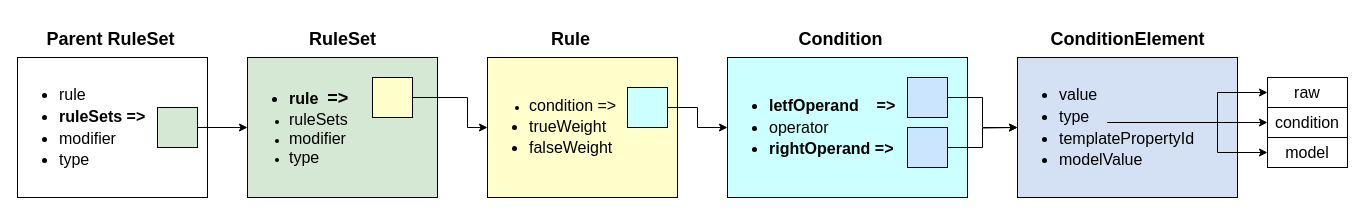
ajimenezn/UML keeps this draw.io diagram as GeohazardRules.drawio. Above is the earlier version. Source tidied: cells renumbered, new cells numbered last; positions are measured from the earlier drawing's top-left corner, leaving out a move shared by most shapes. Both pictures are drawn from the tidied source at 100%, with x=0, y=0 at pixel (17, 17).
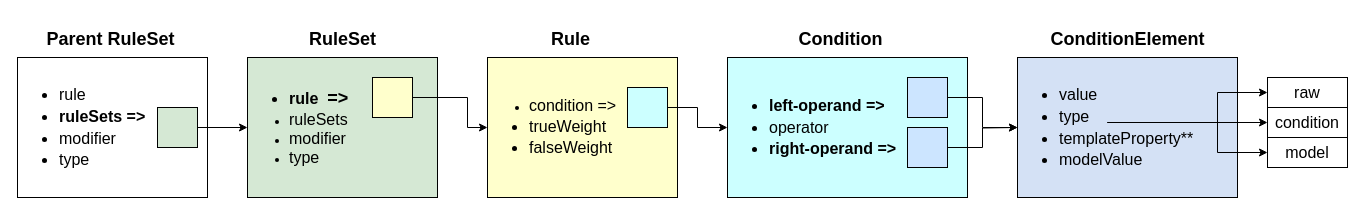
The same diagram, later.

What changed in the source:
```diff
@@
-    <mxCell id="14" value="&lt;ul&gt;&lt;li&gt;&lt;b&gt;&lt;font size=&quot;3&quot;&gt;letfOperand&amp;nbsp; &amp;nbsp; =&amp;gt;&amp;nbsp;&lt;/font&gt;&lt;br&gt;&lt;/b&gt;&lt;/li&gt;&lt;li&gt;&lt;font size=&quot;3&quot;&gt;operator&lt;/font&gt;&lt;br&gt;&lt;/li&gt;&lt;li&gt;&lt;font size=&quot;3&quot;&gt;&lt;b&gt;rightOperand =&amp;gt;&lt;/b&gt;&lt;/font&gt;&lt;br&gt;&lt;/li&gt;&lt;/ul&gt;" style="rounded=0;whiteSpace=wrap;html=1;fontSize=18;align=left;fillColor=#CCFFFF;" parent="1" vertex="1">
+    <mxCell id="14" value="&lt;ul&gt;&lt;li&gt;&lt;b&gt;&lt;font size=&quot;3&quot;&gt;left-operand =&amp;gt;&amp;nbsp;&lt;/font&gt;&lt;br&gt;&lt;/b&gt;&lt;/li&gt;&lt;li&gt;&lt;font size=&quot;3&quot;&gt;operator&lt;/font&gt;&lt;br&gt;&lt;/li&gt;&lt;li&gt;&lt;font size=&quot;3&quot;&gt;&lt;b&gt;right-operand =&amp;gt;&lt;/b&gt;&lt;/font&gt;&lt;br&gt;&lt;/li&gt;&lt;/ul&gt;" style="rounded=0;whiteSpace=wrap;html=1;fontSize=18;align=left;fillColor=#CCFFFF;" parent="1" vertex="1">
       <mxGeometry x="710" y="40" width="240" height="140" as="geometry" />
     </mxCell>
@@
-    <mxCell id="20" value="&lt;ul&gt;&lt;li&gt;&lt;font size=&quot;3&quot;&gt;value&lt;/font&gt;&lt;br&gt;&lt;/li&gt;&lt;li&gt;&lt;font size=&quot;3&quot;&gt;type&lt;/font&gt;&lt;br&gt;&lt;/li&gt;&lt;li&gt;&lt;font size=&quot;3&quot;&gt;templatePropertyId&lt;/font&gt;&lt;br&gt;&lt;/li&gt;&lt;li&gt;&lt;font size=&quot;3&quot;&gt;modelValue&lt;br&gt;&lt;/font&gt;&lt;/li&gt;&lt;/ul&gt;" style="rounded=0;whiteSpace=wrap;html=1;fontSize=18;align=left;fillColor=#D4E1F5;" parent="1" vertex="1">
+    <mxCell id="20" value="&lt;ul&gt;&lt;li&gt;&lt;font size=&quot;3&quot;&gt;value&lt;/font&gt;&lt;br&gt;&lt;/li&gt;&lt;li&gt;&lt;font size=&quot;3&quot;&gt;type&lt;/font&gt;&lt;br&gt;&lt;/li&gt;&lt;li&gt;&lt;font size=&quot;3&quot;&gt;templateProperty**&lt;/font&gt;&lt;br&gt;&lt;/li&gt;&lt;li&gt;&lt;font size=&quot;3&quot;&gt;modelValue&lt;br&gt;&lt;/font&gt;&lt;/li&gt;&lt;/ul&gt;" style="rounded=0;whiteSpace=wrap;html=1;fontSize=18;align=left;fillColor=#D4E1F5;" parent="1" vertex="1">
       <mxGeometry x="1000" y="40" width="220" height="140" as="geometry" />
     </mxCell>
```
